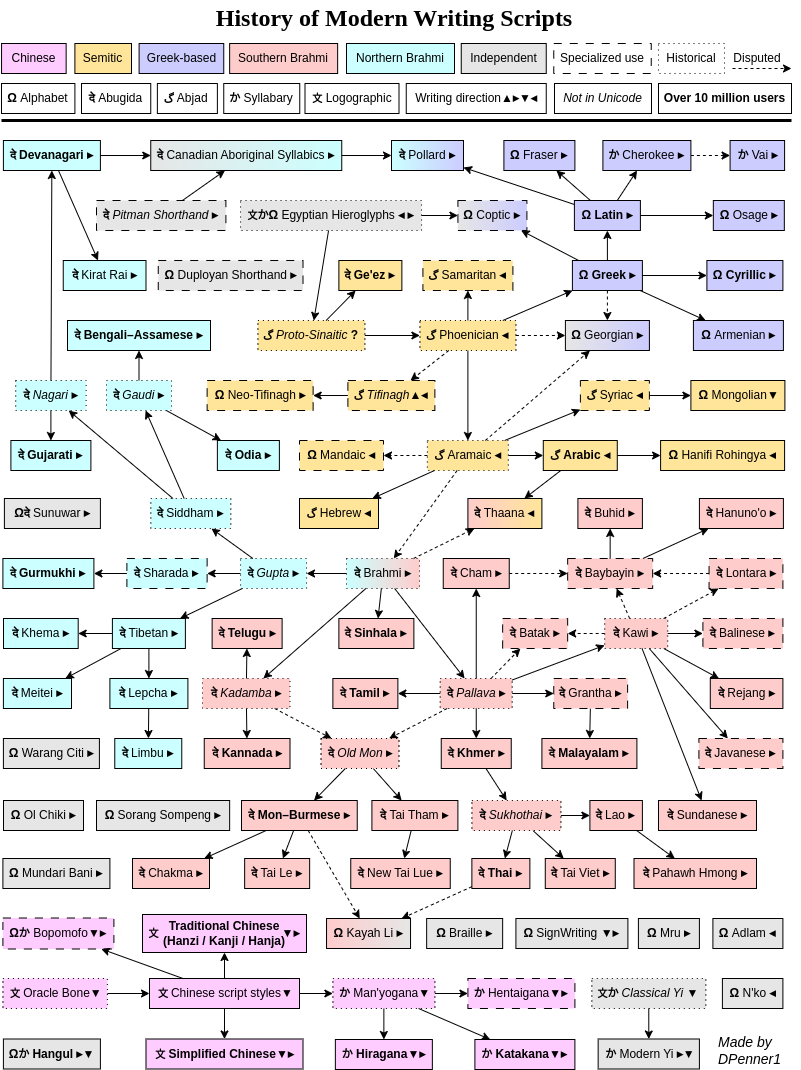
Before: Script History.png, a diagram exported from draw.io (DPenner1/WritingSystemHistory). Source tidied: cells renumbered, new cells last; positions are measured from the earlier drawing's top-left corner, leaving out a move shared by most shapes.
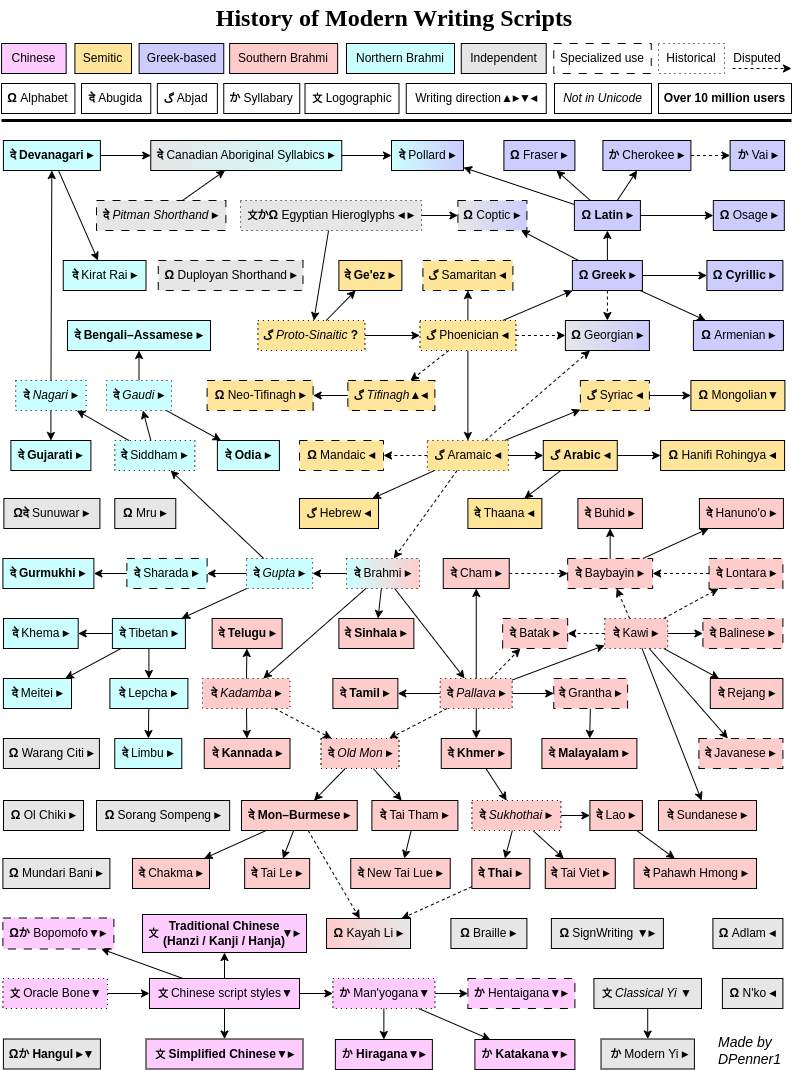
After the commit.

Commit message:
Diagram update after a bit more research

The edit, as a diff of the source:
```diff
@@ -60,13 +60,13 @@
       <mxGeometry x="293" y="575" as="geometry" />
     </mxCell>
     <mxCell id="21" value="&lt;b style=&quot;font-style: normal;&quot;&gt;दे&lt;/b&gt;&lt;b style=&quot;font-style: normal; font-size: 11px;&quot;&gt;&amp;nbsp;&lt;/b&gt;Gupta&lt;span style=&quot;font-style: normal;&quot;&gt;&amp;nbsp;&lt;/span&gt;&lt;b style=&quot;font-style: normal;&quot;&gt;▸&lt;/b&gt;" style="whiteSpace=wrap;html=1;dashed=1;dashPattern=1 4;fillColor=#CCFFFF;fontStyle=2;" parent="1" vertex="1">
-      <mxGeometry x="239" y="558" width="66" height="30" as="geometry" />
+      <mxGeometry x="245" y="558" width="66" height="30" as="geometry" />
     </mxCell>
     <mxCell id="22" style="endArrow=classic;html=1;" parent="1" edge="1" source="19" target="21">
       <mxGeometry x="293" y="575" as="geometry" />
     </mxCell>
     <mxCell id="23" value="&lt;b&gt;दे&lt;/b&gt;&lt;b style=&quot;font-size: 11px;&quot;&gt;&amp;nbsp;&lt;/b&gt;Siddham&amp;nbsp;&lt;b&gt;▸&lt;/b&gt;" style="whiteSpace=wrap;html=1;dashed=1;dashPattern=1 4;fillColor=#CCFFFF;" parent="1" vertex="1">
-      <mxGeometry x="149.3" y="498" width="80" height="30" as="geometry" />
+      <mxGeometry x="113.3" y="440" width="80" height="30" as="geometry" />
     </mxCell>
     <mxCell id="24" style="endArrow=classic;html=1;" parent="1" edge="1" source="21" target="23">
       <mxGeometry x="303" y="585" as="geometry" />
@@ -275,11 +275,11 @@
     <mxCell id="92" style="endArrow=classic;html=1;" parent="1" edge="1" source="86" target="91">
       <mxGeometry x="620" y="850" as="geometry" />
     </mxCell>
-    <mxCell id="93" value="&lt;span style=&quot;font-weight: 700;&quot;&gt;&lt;font style=&quot;font-size: 10px;&quot;&gt;文&lt;/font&gt;&lt;/span&gt;&lt;span style=&quot;font-size: 11px; font-weight: 700;&quot;&gt;か&amp;nbsp;&lt;/span&gt;&lt;i&gt;Classical Yi&lt;/i&gt;&amp;nbsp;&lt;b&gt;▼&lt;/b&gt;" style="whiteSpace=wrap;html=1;dashed=1;fillColor=#E6E6E6;dashPattern=1 4;" parent="1" vertex="1">
-      <mxGeometry x="590.3" y="978" width="114" height="30" as="geometry" />
+    <mxCell id="93" value="&lt;span style=&quot;font-weight: 700;&quot;&gt;&lt;font style=&quot;font-size: 10px;&quot;&gt;文&lt;/font&gt;&lt;/span&gt;&lt;span style=&quot;font-size: 11px; font-weight: 700;&quot;&gt;&amp;nbsp;&lt;/span&gt;&lt;i&gt;Classical Yi&lt;/i&gt;&amp;nbsp;&lt;b&gt;▼&lt;/b&gt;" style="whiteSpace=wrap;html=1;fillColor=#E6E6E6;" parent="1" vertex="1">
+      <mxGeometry x="592.4" y="978" width="107.6" height="30" as="geometry" />
     </mxCell>
-    <mxCell id="94" value="&lt;span style=&quot;font-size: 11px; font-weight: 700;&quot;&gt;&amp;nbsp;か&amp;nbsp;&lt;/span&gt;Modern Yi&amp;nbsp;&lt;span style=&quot;font-weight: 700;&quot;&gt;▸&lt;/span&gt;&lt;b&gt;▼&lt;/b&gt;" style="whiteSpace=wrap;html=1;fillColor=#E6E6E6;" parent="1" vertex="1">
-      <mxGeometry x="596.7" y="1038.5" width="101.2" height="30" as="geometry" />
+    <mxCell id="94" value="&lt;span style=&quot;font-size: 11px; font-weight: 700;&quot;&gt;&amp;nbsp;か&amp;nbsp;&lt;/span&gt;Modern Yi&amp;nbsp;&lt;span style=&quot;font-weight: 700;&quot;&gt;▸&lt;/span&gt;" style="whiteSpace=wrap;html=1;fillColor=#E6E6E6;" parent="1" vertex="1">
+      <mxGeometry x="599.5" y="1038.5" width="93.3" height="30" as="geometry" />
     </mxCell>
     <mxCell id="95" style="endArrow=classic;html=1;" parent="1" edge="1" source="93" target="94">
       <mxGeometry x="1084" y="945" as="geometry" />
@@ -287,7 +287,7 @@
     <mxCell id="96" value="&lt;font style=&quot;font-weight: 700; font-size: 11px;&quot;&gt;گ&lt;/font&gt;&lt;span style=&quot;font-weight: 700;&quot;&gt;&amp;nbsp;&lt;/span&gt;&lt;i&gt;Tifinagh&lt;/i&gt;▲&lt;b&gt;◂&lt;/b&gt;" style="whiteSpace=wrap;html=1;dashed=1;fillColor=#FFE599;dashPattern=8 8;" parent="1" vertex="1">
       <mxGeometry x="346.4" y="380" width="87" height="30" as="geometry" />
     </mxCell>
-    <mxCell id="97" value="&lt;b&gt;दे&amp;nbsp;&lt;/b&gt;Thaana&amp;nbsp;&lt;b&gt;◂&lt;/b&gt;" style="whiteSpace=wrap;html=1;fillColor=#FFCCCC;gradientColor=#FFE599;gradientDirection=east;" parent="1" vertex="1">
+    <mxCell id="97" value="&lt;b&gt;दे&amp;nbsp;&lt;/b&gt;Thaana&amp;nbsp;&lt;b&gt;◂&lt;/b&gt;" style="whiteSpace=wrap;html=1;fillColor=#FFE599;gradientColor=none;gradientDirection=east;" parent="1" vertex="1">
       <mxGeometry x="466.4" y="498" width="74" height="30" as="geometry" />
     </mxCell>
     <mxCell id="98" value="&lt;b&gt;दे&amp;nbsp;&lt;/b&gt;Batak&lt;span style=&quot;font-weight: 700;&quot;&gt;&amp;nbsp;▸&lt;/span&gt;" style="whiteSpace=wrap;html=1;fillColor=#FFCCCC;dashed=1;dashPattern=8 8;" parent="1" vertex="1">
@@ -416,9 +416,6 @@
     <mxCell id="138" style="endArrow=classic;html=1;" parent="1" edge="1" source="52" target="97">
       <mxGeometry x="672" y="482" as="geometry" />
     </mxCell>
-    <mxCell id="139" style="endArrow=classic;html=1;dashed=1;" parent="1" edge="1" source="19" target="97">
-      <mxGeometry x="293" y="575" as="geometry" />
-    </mxCell>
     <mxCell id="140" style="endArrow=classic;html=1;" parent="1" edge="1" source="38" target="109">
       <mxGeometry x="850" y="835" as="geometry" />
     </mxCell>
@@ -483,7 +480,7 @@
       <mxGeometry x="303" y="585" as="geometry" />
     </mxCell>
     <mxCell id="161" value="&lt;b&gt;Ω&lt;/b&gt;&lt;span style=&quot;font-size: 11px;&quot;&gt;&amp;nbsp;&lt;/span&gt;&lt;span style=&quot;font-weight: normal;&quot;&gt;Braille&lt;/span&gt; ▸" style="whiteSpace=wrap;html=1;fontStyle=1;fillColor=#E6E6E6;" parent="1" vertex="1">
-      <mxGeometry x="425.1" y="918" width="76" height="30" as="geometry" />
+      <mxGeometry x="449.4" y="918" width="76" height="30" as="geometry" />
     </mxCell>
     <mxCell id="162" style="endArrow=classic;html=1;" parent="1" edge="1" source="154" target="108">
       <mxGeometry x="671" y="750" as="geometry" />
@@ -537,7 +534,7 @@
       <mxGeometry x="333" y="615" as="geometry" />
     </mxCell>
     <mxCell id="179" value="&lt;b&gt;Ω&lt;/b&gt;&amp;nbsp;Mru&amp;nbsp;&lt;b&gt;▸&lt;/b&gt;" style="whiteSpace=wrap;html=1;fillColor=#E6E6E6;" parent="1" vertex="1">
-      <mxGeometry x="636.9" y="918" width="61" height="30" as="geometry" />
+      <mxGeometry x="113.3" y="498" width="61" height="30" as="geometry" />
     </mxCell>
     <mxCell id="180" value="&lt;b&gt;Ω&lt;/b&gt;&amp;nbsp;Warang Citi&amp;nbsp;&lt;b&gt;▸&lt;/b&gt;" style="whiteSpace=wrap;html=1;fillColor=#E6E6E6;" parent="1" vertex="1">
       <mxGeometry x="1.9" y="738" width="96" height="30" as="geometry" />
@@ -570,7 +567,7 @@
       <mxGeometry x="620" y="850" as="geometry" />
     </mxCell>
     <mxCell id="190" value="&lt;b&gt;Ω&lt;/b&gt;&lt;span style=&quot;font-size: 11px;&quot;&gt;&amp;nbsp;&lt;/span&gt;&lt;span style=&quot;font-weight: normal;&quot;&gt;SignWriting&lt;/span&gt;&amp;nbsp;▼▸" style="whiteSpace=wrap;html=1;fontStyle=1;fillColor=#E6E6E6;" parent="1" vertex="1">
-      <mxGeometry x="514.4" y="918" width="112" height="30" as="geometry" />
+      <mxGeometry x="549.9" y="918" width="112" height="30" as="geometry" />
     </mxCell>
     <mxCell id="191" style="endArrow=classic;html=1;" parent="1" edge="1" source="19" target="89">
       <mxGeometry x="671" y="750" as="geometry" />
@@ -632,11 +629,6 @@
     <mxCell id="209" style="endArrow=classic;html=1;dashed=1;" parent="1" edge="1" source="207" target="154">
       <mxGeometry x="671" y="750" as="geometry" />
     </mxCell>
-    <mxCell id="210" style="endArrow=classic;html=1;" parent="1" edge="1" source="x">
-      <mxGeometry x="333" y="615" as="geometry">
-        <mxPoint x="73.3" y="558" as="targetPoint" />
-      </mxGeometry>
-    </mxCell>
     <mxCell id="211" style="endArrow=classic;html=1;" parent="1" edge="1" source="12" target="2">
       <mxGeometry x="175" y="395" as="geometry" />
     </mxCell>
@@ -659,7 +651,7 @@
       <mxGeometry x="364" y="850" as="geometry" />
     </mxCell>
     <mxCell id="218" value="&lt;b&gt;Ω&lt;/b&gt;&lt;b&gt;दे&lt;/b&gt;&amp;nbsp;Sunuwar&amp;nbsp;&lt;b&gt;▸&lt;/b&gt;" style="whiteSpace=wrap;html=1;fillColor=#E6E6E6;" parent="1" vertex="1">
-      <mxGeometry x="2.9" y="498" width="96" height="30" as="geometry" />
+      <mxGeometry x="2.4" y="498" width="96" height="30" as="geometry" />
     </mxCell>
     <mxCell id="219" value="&lt;b&gt;दे&lt;/b&gt;&lt;b style=&quot;font-size: 11px;&quot;&gt;&amp;nbsp;&lt;/b&gt;&lt;span style=&quot;font-weight: normal;&quot;&gt;Khema&lt;/span&gt;&lt;span style=&quot;font-weight: 400;&quot;&gt;&amp;nbsp;&lt;/span&gt;&lt;b&gt;▸&lt;/b&gt;" style="whiteSpace=wrap;html=1;fontStyle=1;fillColor=#CCFFFF;" parent="1" vertex="1">
       <mxGeometry x="2" y="618" width="74.7" height="30" as="geometry" />
```
